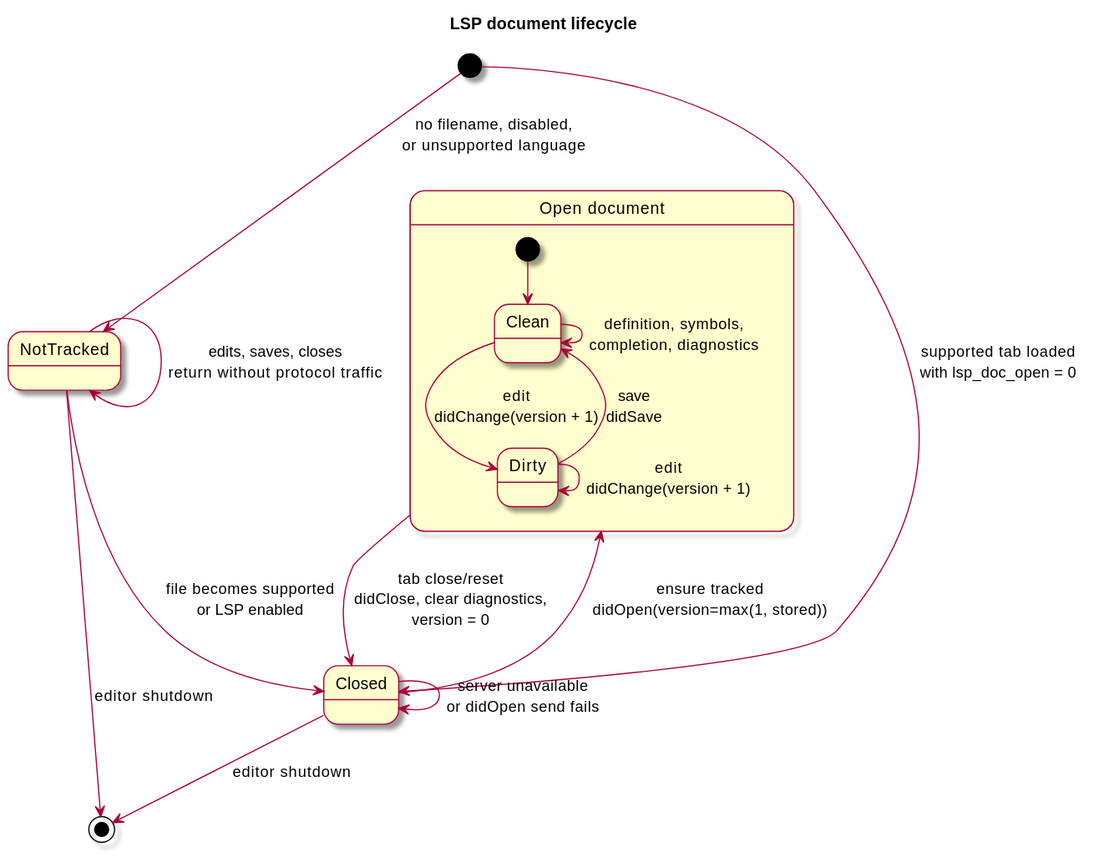
Before: docs/diagrams/svg/lsp-document-lifecycle.svg, a diagram exported from PlantUML (kokkoniemi/rotide). Its source is kept beside it as docs/diagrams/src/lsp-document-lifecycle.puml.
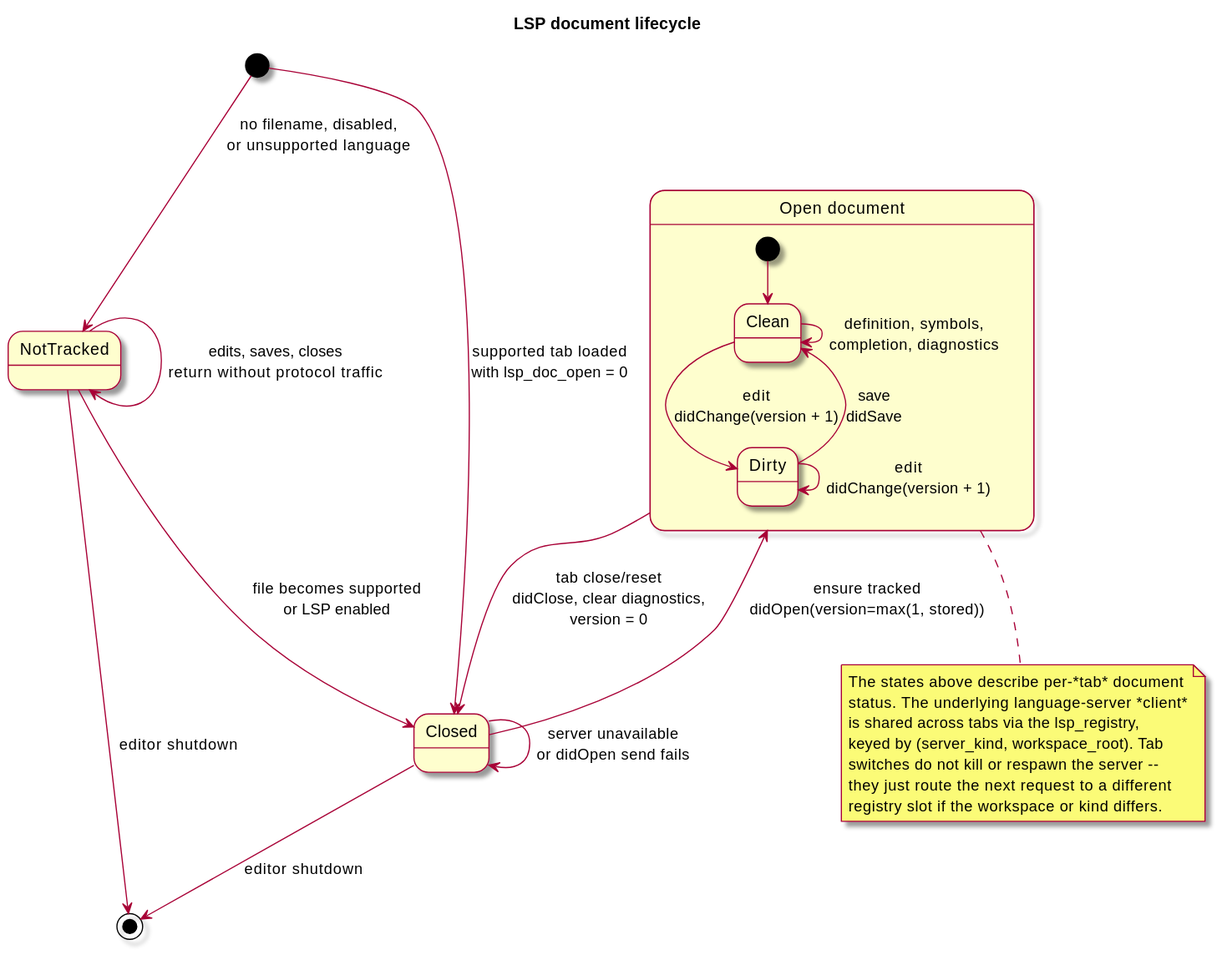
After the change.

What changed in the source:
```diff
@@ -24,4 +24,14 @@
 Closed --> [*] : editor shutdown
 NotTracked --> [*] : editor shutdown
 
+note bottom of Open
+  The states above describe per-*tab* document
+  status. The underlying language-server *client*
+  is shared across tabs via the lsp_registry,
+  keyed by (server_kind, workspace_root). Tab
+  switches do not kill or respawn the server --
+  they just route the next request to a different
+  registry slot if the workspace or kind differs.
+end note
+
 @enduml
```
